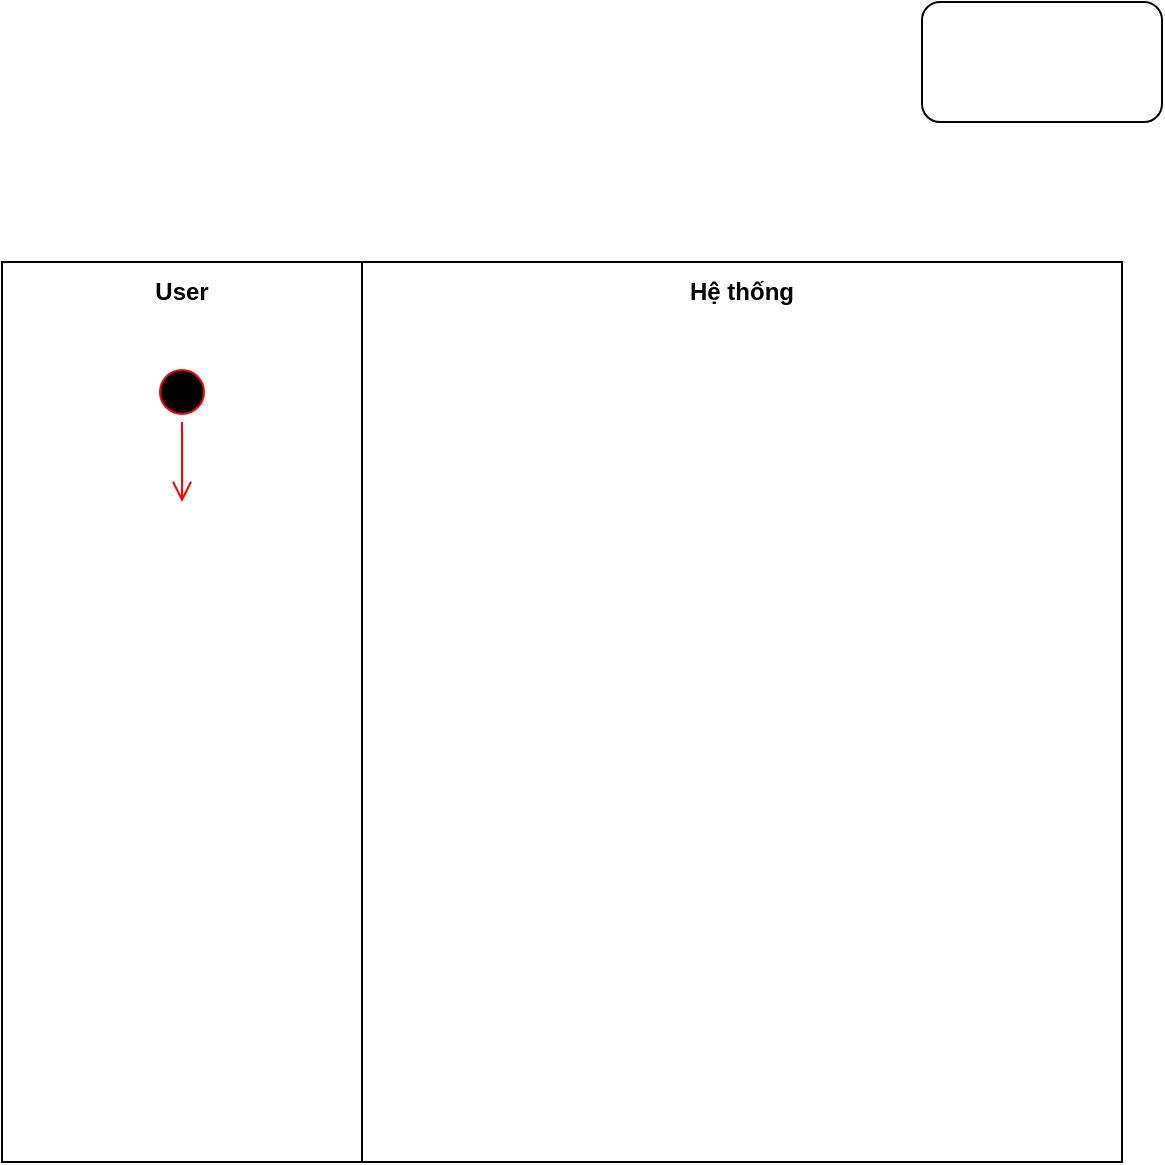
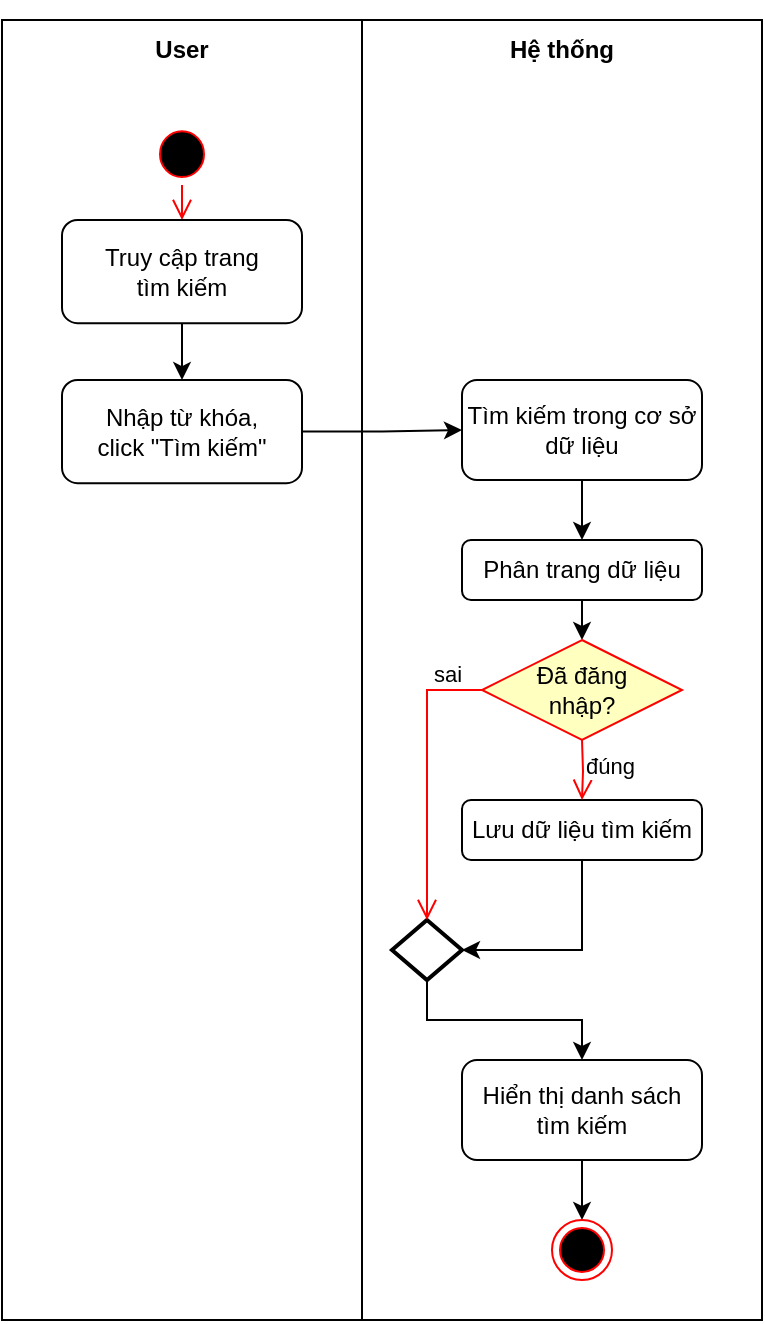
<mxfile host="app.diagrams.net">
-   <diagram name="Page-1" id="bf8S3XoTIMkniXnObl35">
-     <mxGraphModel dx="934" dy="732" grid="1" gridSize="10" guides="1" tooltips="1" connect="1" arrows="1" fold="1" page="1" pageScale="1" pageWidth="827" pageHeight="1169" math="0" shadow="0">
+   <diagram name="search" id="bf8S3XoTIMkniXnObl35">
+     <mxGraphModel dx="1036" dy="602" grid="1" gridSize="10" guides="1" tooltips="1" connect="1" arrows="1" fold="1" page="1" pageScale="1" pageWidth="827" pageHeight="1169" math="0" shadow="0">
      <root>
        <mxCell id="0" />
        <mxCell id="1" parent="0" />
        <mxCell id="SviMhlLsv8hj_Tsd0Z5s-4" connectable="0" parent="1" style="group" value="" vertex="1">
-           <mxGeometry height="450" width="180" x="80" y="200" as="geometry" />
+           <mxGeometry height="650" width="180" x="40" y="40" as="geometry" />
        </mxCell>
        <mxCell id="SviMhlLsv8hj_Tsd0Z5s-2" parent="SviMhlLsv8hj_Tsd0Z5s-4" style="rounded=0;whiteSpace=wrap;html=1;" value="" vertex="1">
-           <mxGeometry height="450" width="180" as="geometry" />
+           <mxGeometry height="650.0000000000001" width="180" as="geometry" />
        </mxCell>
        <mxCell id="SviMhlLsv8hj_Tsd0Z5s-3" parent="SviMhlLsv8hj_Tsd0Z5s-4" style="text;html=1;whiteSpace=wrap;strokeColor=none;fillColor=none;align=center;verticalAlign=middle;rounded=0;fontStyle=1" value="User" vertex="1">
-           <mxGeometry height="30" width="180" as="geometry" />
+           <mxGeometry height="30.952380952380956" width="180" as="geometry" />
        </mxCell>
-         <mxCell id="SviMhlLsv8hj_Tsd0Z5s-9" edge="1" parent="SviMhlLsv8hj_Tsd0Z5s-4" source="SviMhlLsv8hj_Tsd0Z5s-8" style="edgeStyle=orthogonalEdgeStyle;html=1;verticalAlign=bottom;endArrow=open;endSize=8;strokeColor=#ff0000;rounded=0;" value="">
+         <mxCell id="SviMhlLsv8hj_Tsd0Z5s-9" edge="1" parent="SviMhlLsv8hj_Tsd0Z5s-4" source="SviMhlLsv8hj_Tsd0Z5s-8" style="edgeStyle=orthogonalEdgeStyle;html=1;verticalAlign=bottom;endArrow=open;endSize=8;strokeColor=#ff0000;rounded=0;entryX=0.5;entryY=0;entryDx=0;entryDy=0;" target="SviMhlLsv8hj_Tsd0Z5s-10" value="">
          <mxGeometry relative="1" as="geometry">
-             <mxPoint x="90" y="120" as="targetPoint" />
+             <mxPoint x="90" y="123.80952380952382" as="targetPoint" />
          </mxGeometry>
        </mxCell>
        <mxCell id="SviMhlLsv8hj_Tsd0Z5s-8" parent="SviMhlLsv8hj_Tsd0Z5s-4" style="ellipse;html=1;shape=startState;fillColor=#000000;strokeColor=#ff0000;" value="" vertex="1">
-           <mxGeometry height="30" width="30" x="75" y="50" as="geometry" />
+           <mxGeometry height="30.952380952380956" width="30" x="75" y="51.587301587301596" as="geometry" />
+         </mxCell>
+         <mxCell id="92q_gLxquMuSC2KEjpL_-32" edge="1" parent="SviMhlLsv8hj_Tsd0Z5s-4" source="SviMhlLsv8hj_Tsd0Z5s-10" style="edgeStyle=orthogonalEdgeStyle;rounded=0;orthogonalLoop=1;jettySize=auto;html=1;exitX=0.5;exitY=1;exitDx=0;exitDy=0;entryX=0.5;entryY=0;entryDx=0;entryDy=0;" target="92q_gLxquMuSC2KEjpL_-1">
+           <mxGeometry relative="1" as="geometry" />
+         </mxCell>
+         <mxCell id="SviMhlLsv8hj_Tsd0Z5s-10" parent="SviMhlLsv8hj_Tsd0Z5s-4" style="rounded=1;whiteSpace=wrap;html=1;" value="Truy cập trang&lt;div&gt;tìm kiếm&lt;/div&gt;" vertex="1">
+           <mxGeometry height="51.587301587301596" width="120" x="30" y="100.00206349206351" as="geometry" />
+         </mxCell>
+         <mxCell id="92q_gLxquMuSC2KEjpL_-1" parent="SviMhlLsv8hj_Tsd0Z5s-4" style="rounded=1;whiteSpace=wrap;html=1;" value="Nhập từ khóa,&lt;div&gt;click &quot;Tìm kiếm&quot;&lt;/div&gt;" vertex="1">
+           <mxGeometry height="51.587301587301596" width="120" x="30" y="180.00174603174605" as="geometry" />
        </mxCell>
        <mxCell id="SviMhlLsv8hj_Tsd0Z5s-5" connectable="0" parent="1" style="group" value="" vertex="1">
-           <mxGeometry height="450" width="380" x="260" y="200" as="geometry" />
+           <mxGeometry height="660" width="200" x="220" y="30" as="geometry" />
        </mxCell>
        <mxCell id="SviMhlLsv8hj_Tsd0Z5s-6" parent="SviMhlLsv8hj_Tsd0Z5s-5" style="rounded=0;whiteSpace=wrap;html=1;" value="" vertex="1">
-           <mxGeometry height="450" width="380" as="geometry" />
+           <mxGeometry height="650" width="200" y="10" as="geometry" />
        </mxCell>
        <mxCell id="SviMhlLsv8hj_Tsd0Z5s-7" parent="SviMhlLsv8hj_Tsd0Z5s-5" style="text;html=1;whiteSpace=wrap;strokeColor=none;fillColor=none;align=center;verticalAlign=middle;rounded=0;fontStyle=1" value="Hệ thống" vertex="1">
-           <mxGeometry height="30" width="380" as="geometry" />
+           <mxGeometry height="30" width="200" y="10" as="geometry" />
        </mxCell>
-         <mxCell id="SviMhlLsv8hj_Tsd0Z5s-10" parent="1" style="rounded=1;whiteSpace=wrap;html=1;" value="" vertex="1">
-           <mxGeometry height="60" width="120" x="540" y="70" as="geometry" />
+         <mxCell id="92q_gLxquMuSC2KEjpL_-33" edge="1" parent="SviMhlLsv8hj_Tsd0Z5s-5" source="92q_gLxquMuSC2KEjpL_-30" style="edgeStyle=orthogonalEdgeStyle;rounded=0;orthogonalLoop=1;jettySize=auto;html=1;exitX=0.5;exitY=1;exitDx=0;exitDy=0;entryX=0.5;entryY=0;entryDx=0;entryDy=0;" target="92q_gLxquMuSC2KEjpL_-31">
+           <mxGeometry relative="1" as="geometry" />
+         </mxCell>
+         <mxCell id="92q_gLxquMuSC2KEjpL_-30" parent="SviMhlLsv8hj_Tsd0Z5s-5" style="rounded=1;whiteSpace=wrap;html=1;" value="Tìm kiếm trong cơ sở dữ liệu" vertex="1">
+           <mxGeometry height="50" width="120" x="50" y="190" as="geometry" />
+         </mxCell>
+         <mxCell id="92q_gLxquMuSC2KEjpL_-38" edge="1" parent="SviMhlLsv8hj_Tsd0Z5s-5" source="92q_gLxquMuSC2KEjpL_-31" style="edgeStyle=orthogonalEdgeStyle;rounded=0;orthogonalLoop=1;jettySize=auto;html=1;exitX=0.5;exitY=1;exitDx=0;exitDy=0;entryX=0.5;entryY=0;entryDx=0;entryDy=0;" target="92q_gLxquMuSC2KEjpL_-34">
+           <mxGeometry relative="1" as="geometry" />
+         </mxCell>
+         <mxCell id="92q_gLxquMuSC2KEjpL_-31" parent="SviMhlLsv8hj_Tsd0Z5s-5" style="rounded=1;whiteSpace=wrap;html=1;" value="Phân trang dữ liệu" vertex="1">
+           <mxGeometry height="30" width="120" x="50" y="270" as="geometry" />
+         </mxCell>
+         <mxCell id="92q_gLxquMuSC2KEjpL_-34" parent="SviMhlLsv8hj_Tsd0Z5s-5" style="rhombus;whiteSpace=wrap;html=1;fontColor=#000000;fillColor=#ffffc0;strokeColor=#ff0000;" value="Đã đăng&lt;div&gt;nhập?&lt;/div&gt;" vertex="1">
+           <mxGeometry height="50" width="100" x="60" y="320" as="geometry" />
+         </mxCell>
+         <mxCell id="92q_gLxquMuSC2KEjpL_-39" parent="SviMhlLsv8hj_Tsd0Z5s-5" style="rounded=1;whiteSpace=wrap;html=1;" value="Lưu dữ liệu tìm kiếm" vertex="1">
+           <mxGeometry height="30" width="120" x="50" y="400" as="geometry" />
+         </mxCell>
+         <mxCell id="92q_gLxquMuSC2KEjpL_-36" edge="1" parent="SviMhlLsv8hj_Tsd0Z5s-5" style="edgeStyle=orthogonalEdgeStyle;html=1;align=left;verticalAlign=top;endArrow=open;endSize=8;strokeColor=#ff0000;rounded=0;entryX=0.5;entryY=0;entryDx=0;entryDy=0;" target="92q_gLxquMuSC2KEjpL_-39" value="đúng">
+           <mxGeometry relative="1" x="-1" as="geometry">
+             <Array as="points" />
+             <mxPoint x="110" y="370" as="sourcePoint" />
+             <mxPoint x="109.47" y="400.0000000000002" as="targetPoint" />
+           </mxGeometry>
+         </mxCell>
+         <mxCell id="92q_gLxquMuSC2KEjpL_-43" edge="1" parent="SviMhlLsv8hj_Tsd0Z5s-5" source="92q_gLxquMuSC2KEjpL_-37" style="edgeStyle=orthogonalEdgeStyle;rounded=0;orthogonalLoop=1;jettySize=auto;html=1;exitX=0.5;exitY=1;exitDx=0;exitDy=0;exitPerimeter=0;entryX=0.5;entryY=0;entryDx=0;entryDy=0;" target="92q_gLxquMuSC2KEjpL_-42">
+           <mxGeometry relative="1" as="geometry" />
+         </mxCell>
+         <mxCell id="92q_gLxquMuSC2KEjpL_-37" parent="SviMhlLsv8hj_Tsd0Z5s-5" style="strokeWidth=2;html=1;shape=mxgraph.flowchart.decision;whiteSpace=wrap;" value="" vertex="1">
+           <mxGeometry height="30" width="35" x="15" y="460" as="geometry" />
+         </mxCell>
+         <mxCell id="92q_gLxquMuSC2KEjpL_-35" edge="1" parent="SviMhlLsv8hj_Tsd0Z5s-5" source="92q_gLxquMuSC2KEjpL_-34" style="edgeStyle=orthogonalEdgeStyle;html=1;align=left;verticalAlign=bottom;endArrow=open;endSize=8;strokeColor=#ff0000;rounded=0;exitX=0;exitY=0.5;exitDx=0;exitDy=0;entryX=0.5;entryY=0;entryDx=0;entryDy=0;entryPerimeter=0;" target="92q_gLxquMuSC2KEjpL_-37" value="sai">
+           <mxGeometry relative="1" x="-0.6" as="geometry">
+             <mxPoint x="1" as="offset" />
+             <mxPoint x="380" y="480" as="targetPoint" />
+           </mxGeometry>
+         </mxCell>
+         <mxCell id="92q_gLxquMuSC2KEjpL_-41" edge="1" parent="SviMhlLsv8hj_Tsd0Z5s-5" source="92q_gLxquMuSC2KEjpL_-39" style="edgeStyle=orthogonalEdgeStyle;rounded=0;orthogonalLoop=1;jettySize=auto;html=1;exitX=0.5;exitY=1;exitDx=0;exitDy=0;entryX=1;entryY=0.5;entryDx=0;entryDy=0;entryPerimeter=0;" target="92q_gLxquMuSC2KEjpL_-37">
+           <mxGeometry relative="1" as="geometry" />
+         </mxCell>
+         <mxCell id="92q_gLxquMuSC2KEjpL_-45" edge="1" parent="SviMhlLsv8hj_Tsd0Z5s-5" source="92q_gLxquMuSC2KEjpL_-42" style="edgeStyle=orthogonalEdgeStyle;rounded=0;orthogonalLoop=1;jettySize=auto;html=1;exitX=0.5;exitY=1;exitDx=0;exitDy=0;entryX=0.5;entryY=0;entryDx=0;entryDy=0;" target="92q_gLxquMuSC2KEjpL_-44">
+           <mxGeometry relative="1" as="geometry" />
+         </mxCell>
+         <mxCell id="92q_gLxquMuSC2KEjpL_-42" parent="SviMhlLsv8hj_Tsd0Z5s-5" style="rounded=1;whiteSpace=wrap;html=1;" value="Hiển thị danh sách tìm kiếm" vertex="1">
+           <mxGeometry height="50" width="120" x="50" y="530" as="geometry" />
+         </mxCell>
+         <mxCell id="92q_gLxquMuSC2KEjpL_-44" parent="SviMhlLsv8hj_Tsd0Z5s-5" style="ellipse;html=1;shape=endState;fillColor=#000000;strokeColor=#ff0000;" value="" vertex="1">
+           <mxGeometry height="30" width="30" x="95" y="610" as="geometry" />
+         </mxCell>
+         <mxCell id="92q_gLxquMuSC2KEjpL_-20" edge="1" parent="1" source="92q_gLxquMuSC2KEjpL_-1" style="edgeStyle=orthogonalEdgeStyle;rounded=0;orthogonalLoop=1;jettySize=auto;html=1;exitX=1;exitY=0.5;exitDx=0;exitDy=0;entryX=0;entryY=0.5;entryDx=0;entryDy=0;" target="92q_gLxquMuSC2KEjpL_-30">
+           <mxGeometry relative="1" as="geometry">
+             <mxPoint x="270.0000000000002" y="255" as="targetPoint" />
+           </mxGeometry>
        </mxCell>
      </root>
    </mxGraphModel>
  </diagram>
</mxfile>
